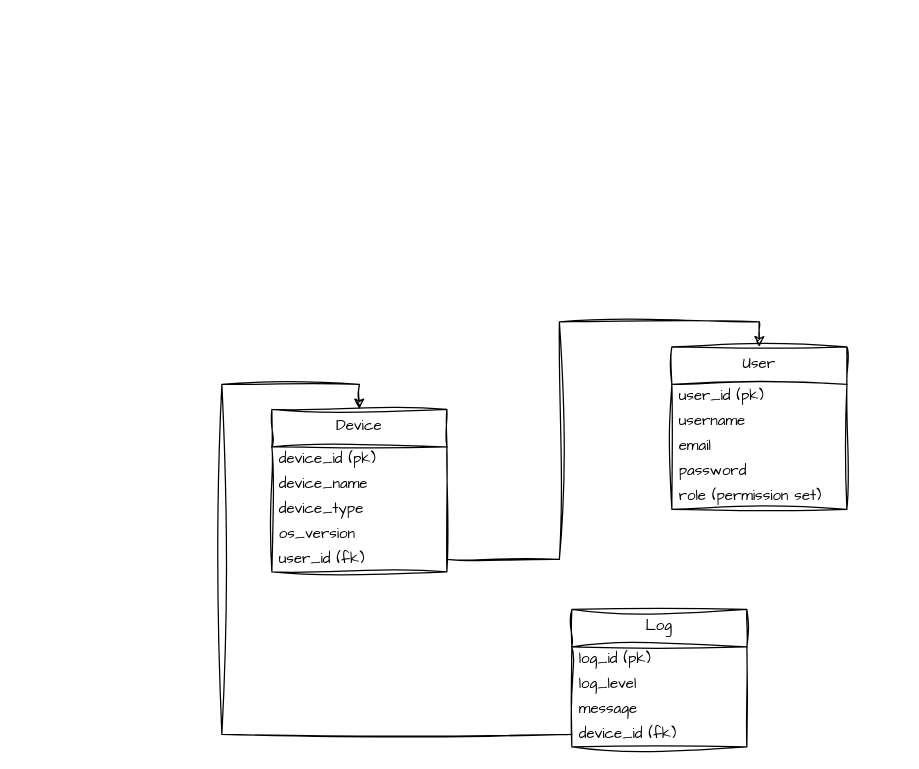
Above: page "server-app-data-model" (2 of 3) of docs/diagrams.drawio in ay-sbu/mdm-project (draw.io), before the change. Source tidied: cells renumbered, new cells numbered last; positions are measured from the earlier drawing's top-left corner, leaving out a move shared by most shapes. Both pictures are drawn from the tidied source at 125%, with x=0, y=0 at pixel (221, 346).
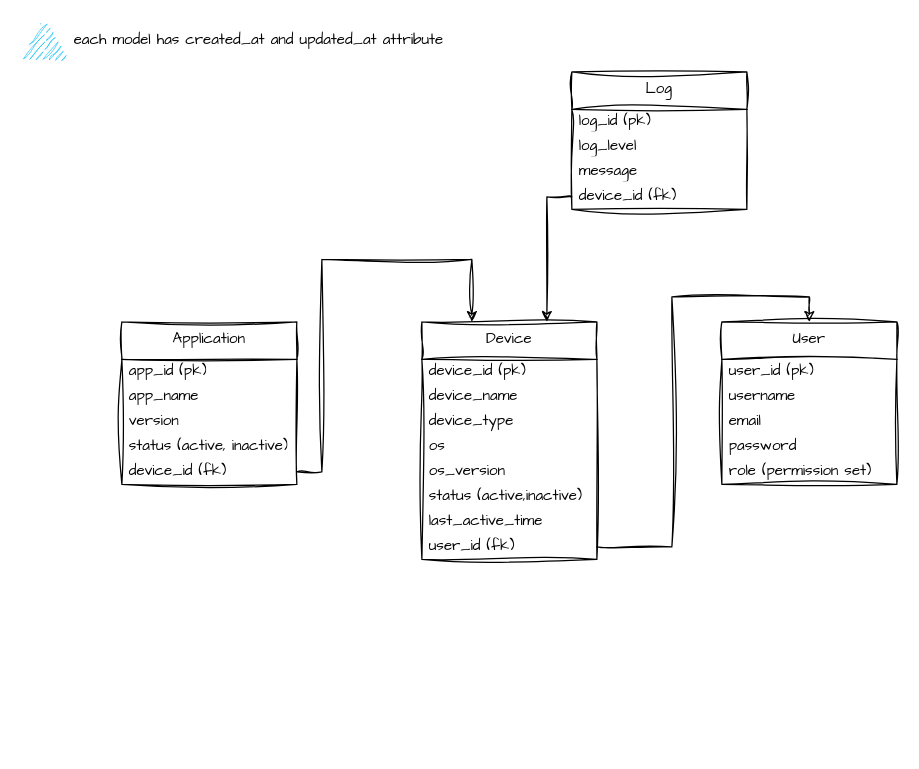
Above is the later version.

Commit message (it also covers changes not shown here):
feat: improve data model and architecture

Unchanged cells that the change refers to:
```xml
<mxCell id="6" value="device_id (fk)" style="text;html=1;strokeColor=none;fillColor=none;align=left;verticalAlign=middle;spacingLeft=4;spacingRight=4;overflow=hidden;points=[[0,0.5],[1,0.5]];portConstraint=eastwest;whiteSpace=wrap;fontFamily=Architects Daughter;" parent="2" vertex="1">
  <mxGeometry y="90" width="140" height="20" as="geometry" />
</mxCell>
```

What changed in the source:
```diff
@@
     <mxCell id="2" value="Log" style="swimlane;fontStyle=0;align=center;verticalAlign=top;horizontal=1;startSize=30;html=1;whiteSpace=wrap;sketch=1;hachureGap=4;jiggle=2;curveFitting=1;fontFamily=Architects Daughter;" parent="1" vertex="1">
-      <mxGeometry x="280" y="210" width="140" height="110" as="geometry" />
+      <mxGeometry x="280" y="-220" width="140" height="110" as="geometry" />
     </mxCell>
@@
     <mxCell id="7" value="User" style="swimlane;fontStyle=0;align=center;verticalAlign=top;horizontal=1;startSize=30;html=1;whiteSpace=wrap;sketch=1;hachureGap=4;jiggle=2;curveFitting=1;fontFamily=Architects Daughter;" parent="1" vertex="1">
-      <mxGeometry x="360" width="140" height="130" as="geometry" />
+      <mxGeometry x="400" y="-20" width="140" height="130" as="geometry" />
     </mxCell>
@@
     <mxCell id="13" value="Device" style="swimlane;fontStyle=0;align=center;verticalAlign=top;horizontal=1;startSize=30;html=1;whiteSpace=wrap;sketch=1;hachureGap=4;jiggle=2;curveFitting=1;fontFamily=Architects Daughter;" parent="1" vertex="1">
-      <mxGeometry x="40" y="50" width="140" height="130" as="geometry" />
+      <mxGeometry x="160" y="-20" width="140" height="190" as="geometry" />
     </mxCell>
@@
+    <mxCell id="21" value="os" style="text;html=1;strokeColor=none;fillColor=none;align=left;verticalAlign=middle;spacingLeft=4;spacingRight=4;overflow=hidden;whiteSpace=wrap;fontFamily=Architects Daughter;" parent="13" vertex="1">
+      <mxGeometry y="90" width="140" height="20" as="geometry" />
+    </mxCell>
     <mxCell id="17" value="os_version" style="text;html=1;strokeColor=none;fillColor=none;align=left;verticalAlign=middle;spacingLeft=4;spacingRight=4;overflow=hidden;whiteSpace=wrap;fontFamily=Architects Daughter;" parent="13" vertex="1">
-      <mxGeometry y="90" width="140" height="20" as="geometry" />
+      <mxGeometry y="110" width="140" height="20" as="geometry" />
     </mxCell>
+    <mxCell id="22" value="status (active,inactive)" style="text;html=1;strokeColor=none;fillColor=none;align=left;verticalAlign=middle;spacingLeft=4;spacingRight=4;overflow=hidden;whiteSpace=wrap;fontFamily=Architects Daughter;" parent="13" vertex="1">
+      <mxGeometry y="130" width="140" height="20" as="geometry" />
+    </mxCell>
+    <mxCell id="23" value="last_active_time" style="text;html=1;strokeColor=none;fillColor=none;align=left;verticalAlign=middle;spacingLeft=4;spacingRight=4;overflow=hidden;whiteSpace=wrap;fontFamily=Architects Daughter;" parent="13" vertex="1">
+      <mxGeometry y="150" width="140" height="20" as="geometry" />
+    </mxCell>
     <mxCell id="18" value="user_id (fk)" style="text;html=1;strokeColor=none;fillColor=none;align=left;verticalAlign=middle;spacingLeft=4;spacingRight=4;overflow=hidden;points=[[0,0.5],[1,0.5]];portConstraint=eastwest;whiteSpace=wrap;fontFamily=Architects Daughter;" parent="13" vertex="1">
-      <mxGeometry y="110" width="140" height="20" as="geometry" />
+      <mxGeometry y="170" width="140" height="20" as="geometry" />
     </mxCell>
     <mxCell id="19" style="edgeStyle=orthogonalEdgeStyle;rounded=0;sketch=1;hachureGap=4;jiggle=2;curveFitting=1;jettySize=auto;html=1;entryX=0.5;entryY=0;entryDx=0;entryDy=0;fontFamily=Architects Daughter;" parent="1" edge="1" source="18" target="7">
-      <mxGeometry relative="1" as="geometry" />
+      <mxGeometry relative="1" as="geometry">
+        <Array as="points">
+          <mxPoint x="360" y="160" />
+          <mxPoint x="360" y="-40" />
+          <mxPoint x="470" y="-40" />
+        </Array>
+      </mxGeometry>
     </mxCell>
-    <mxCell id="20" style="edgeStyle=orthogonalEdgeStyle;rounded=0;sketch=1;hachureGap=4;jiggle=2;curveFitting=1;jettySize=auto;html=1;entryX=0.5;entryY=0;entryDx=0;entryDy=0;fontFamily=Architects Daughter;" parent="1" edge="1" source="6" target="13">
+    <mxCell id="20" style="edgeStyle=orthogonalEdgeStyle;rounded=0;sketch=1;hachureGap=4;jiggle=2;curveFitting=1;jettySize=auto;html=1;fontFamily=Architects Daughter;" parent="1" edge="1" source="6" target="13">
       <mxGeometry relative="1" as="geometry">
         <Array as="points">
-          <mxPoint y="310" />
-          <mxPoint y="30" />
-          <mxPoint x="110" y="30" />
+          <mxPoint x="260" y="-120" />
         </Array>
       </mxGeometry>
     </mxCell>
+    <mxCell id="24" style="edgeStyle=orthogonalEdgeStyle;rounded=0;sketch=1;hachureGap=4;jiggle=2;curveFitting=1;jettySize=auto;html=1;fontFamily=Architects Daughter;" parent="1" edge="1" source="30" target="13">
+      <mxGeometry relative="1" as="geometry">
+        <Array as="points">
+          <mxPoint x="80" y="100" />
+          <mxPoint x="80" y="-70" />
+          <mxPoint x="200" y="-70" />
+        </Array>
+      </mxGeometry>
+    </mxCell>
+    <mxCell id="25" value="Application" style="swimlane;fontStyle=0;align=center;verticalAlign=top;horizontal=1;startSize=30;html=1;whiteSpace=wrap;sketch=1;hachureGap=4;jiggle=2;curveFitting=1;fontFamily=Architects Daughter;" parent="1" vertex="1">
+      <mxGeometry x="-80" y="-20" width="140" height="130" as="geometry" />
+    </mxCell>
+    <mxCell id="26" value="app_id (pk)" style="text;html=1;strokeColor=none;fillColor=none;align=left;verticalAlign=middle;spacingLeft=4;spacingRight=4;overflow=hidden;whiteSpace=wrap;fontFamily=Architects Daughter;" parent="25" vertex="1">
+      <mxGeometry y="30" width="140" height="20" as="geometry" />
+    </mxCell>
+    <mxCell id="27" value="app_name" style="text;html=1;strokeColor=none;fillColor=none;align=left;verticalAlign=middle;spacingLeft=4;spacingRight=4;overflow=hidden;whiteSpace=wrap;fontFamily=Architects Daughter;" parent="25" vertex="1">
+      <mxGeometry y="50" width="140" height="20" as="geometry" />
+    </mxCell>
+    <mxCell id="28" value="version" style="text;html=1;strokeColor=none;fillColor=none;align=left;verticalAlign=middle;spacingLeft=4;spacingRight=4;overflow=hidden;whiteSpace=wrap;fontFamily=Architects Daughter;" parent="25" vertex="1">
+      <mxGeometry y="70" width="140" height="20" as="geometry" />
+    </mxCell>
+    <mxCell id="29" value="status (active, inactive)" style="text;html=1;strokeColor=none;fillColor=none;align=left;verticalAlign=middle;spacingLeft=4;spacingRight=4;overflow=hidden;whiteSpace=wrap;fontFamily=Architects Daughter;" parent="25" vertex="1">
+      <mxGeometry y="90" width="140" height="20" as="geometry" />
+    </mxCell>
+    <mxCell id="30" value="device_id (fk)" style="text;html=1;strokeColor=none;fillColor=none;align=left;verticalAlign=middle;spacingLeft=4;spacingRight=4;overflow=hidden;points=[[0,0.5],[1,0.5]];portConstraint=eastwest;whiteSpace=wrap;fontFamily=Architects Daughter;" parent="25" vertex="1">
+      <mxGeometry y="110" width="140" height="20" as="geometry" />
+    </mxCell>
+    <mxCell id="31" value="each model has created_at and updated_at attribute" style="text;html=1;align=left;verticalAlign=middle;strokeColor=none;fillColor=none;fontFamily=Architects Daughter;" parent="1" vertex="1">
+      <mxGeometry x="-120" y="-260" width="320" height="30" as="geometry" />
+    </mxCell>
+    <mxCell id="32" style="verticalLabelPosition=bottom;html=1;verticalAlign=top;align=center;strokeColor=none;fillColor=#00BEF2;shape=mxgraph.azure.azure_alert;sketch=1;hachureGap=4;jiggle=2;curveFitting=1;fontFamily=Architects Daughter;" parent="1" vertex="1">
+      <mxGeometry x="-160" y="-260" width="35.3" height="30" as="geometry" />
+    </mxCell>
```
